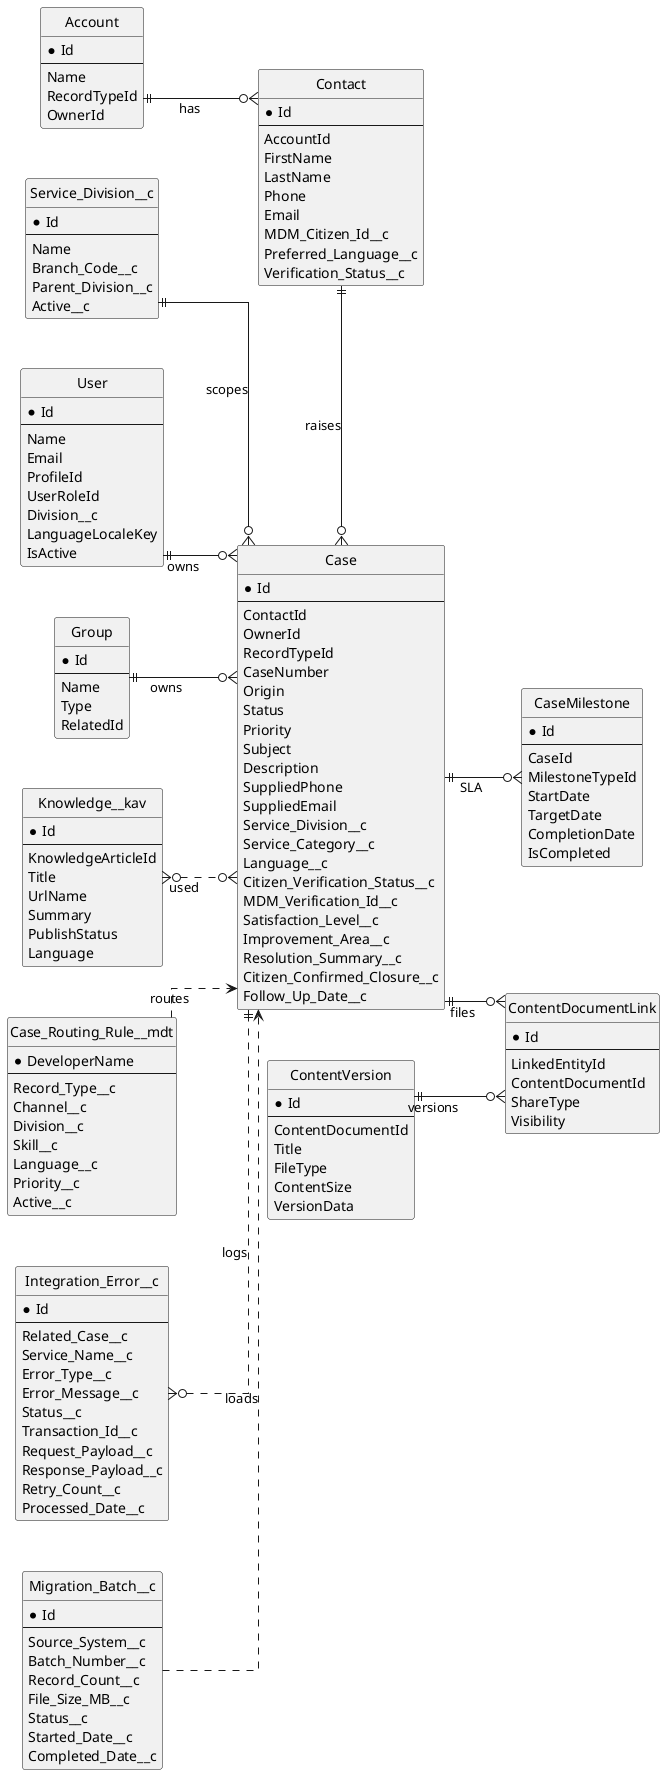
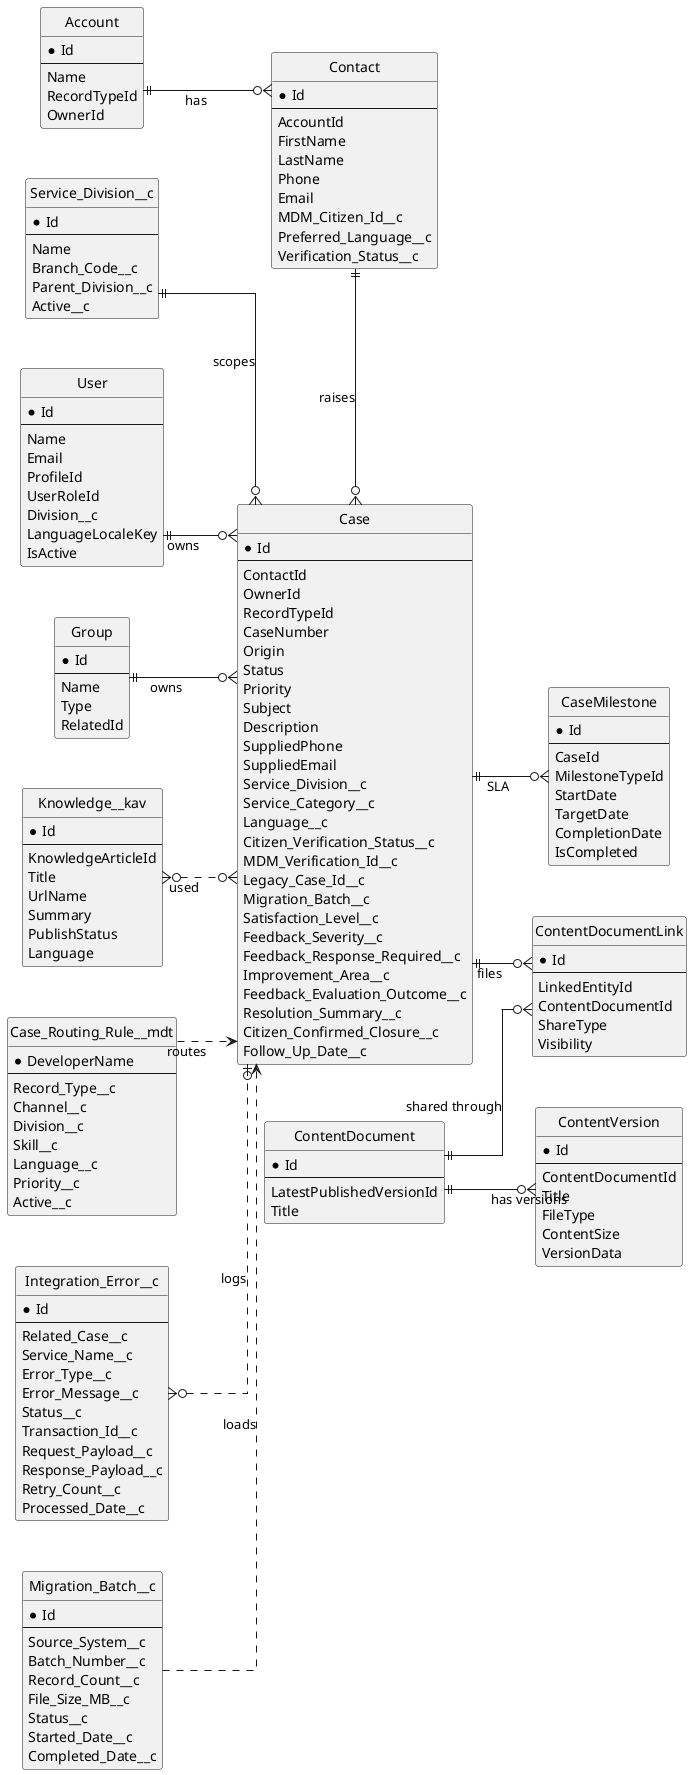
@startuml
hide methods
hide circle
skinparam linetype ortho
skinparam nodesep 50
skinparam ranksep 60
left to right direction

entity Account {
  * Id
  --
  Name
  RecordTypeId
  OwnerId
}

entity Contact {
  * Id
  --
  AccountId
  FirstName
  LastName
  Phone
  Email
  MDM_Citizen_Id__c
  Preferred_Language__c
  Verification_Status__c
}

entity Case {
  * Id
  --
  ContactId
  OwnerId
  RecordTypeId
  CaseNumber
  Origin
  Status
  Priority
  Subject
  Description
  SuppliedPhone
  SuppliedEmail
  Service_Division__c
  Service_Category__c
  Language__c
  Citizen_Verification_Status__c
  MDM_Verification_Id__c
+   Legacy_Case_Id__c
+   Migration_Batch__c
  Satisfaction_Level__c
+   Feedback_Severity__c
+   Feedback_Response_Required__c
  Improvement_Area__c
+   Feedback_Evaluation_Outcome__c
  Resolution_Summary__c
  Citizen_Confirmed_Closure__c
  Follow_Up_Date__c
}

entity Service_Division__c {
  * Id
  --
  Name
  Branch_Code__c
  Parent_Division__c
  Active__c
}

entity User {
  * Id
  --
  Name
  Email
  ProfileId
  UserRoleId
  Division__c
  LanguageLocaleKey
  IsActive
}

entity Group {
  * Id
  --
  Name
  Type
  RelatedId
}

entity Knowledge__kav {
  * Id
  --
  KnowledgeArticleId
  Title
  UrlName
  Summary
  PublishStatus
  Language
}

entity ContentVersion {
  * Id
  --
  ContentDocumentId
  Title
  FileType
  ContentSize
  VersionData
+ }
+ 
+ entity ContentDocument {
+   * Id
+   --
+   LatestPublishedVersionId
+   Title
}

entity ContentDocumentLink {
  * Id
  --
  LinkedEntityId
  ContentDocumentId
  ShareType
  Visibility
}

entity CaseMilestone {
  * Id
  --
  CaseId
  MilestoneTypeId
  StartDate
  TargetDate
  CompletionDate
  IsCompleted
}

entity Case_Routing_Rule__mdt {
  * DeveloperName
  --
  Record_Type__c
  Channel__c
  Division__c
  Skill__c
  Language__c
  Priority__c
  Active__c
}

entity Integration_Error__c {
  * Id
  --
  Related_Case__c
  Service_Name__c
  Error_Type__c
  Error_Message__c
  Status__c
  Transaction_Id__c
  Request_Payload__c
  Response_Payload__c
  Retry_Count__c
  Processed_Date__c
}

entity Migration_Batch__c {
  * Id
  --
  Source_System__c
  Batch_Number__c
  Record_Count__c
  File_Size_MB__c
  Status__c
  Started_Date__c
  Completed_Date__c
}

Account ||--o{ Contact : has
Contact ||-o{ Case : raises
Service_Division__c ||--o{ Case : scopes
User ||--o{ Case : owns
Group ||--o{ Case : owns
Case ||--o{ ContentDocumentLink : files
- ContentVersion ||--o{ ContentDocumentLink : versions
+ ContentDocument ||--o{ ContentVersion : has versions
+ ContentDocument ||--o{ ContentDocumentLink : shared through
Case ||--o{ CaseMilestone : SLA
Knowledge__kav }o..o{ Case : used
Case_Routing_Rule__mdt ..> Case : routes
- Integration_Error__c }o..|| Case : logs
+ Integration_Error__c }o..o| Case : logs
Migration_Batch__c ..> Case : loads

@enduml
